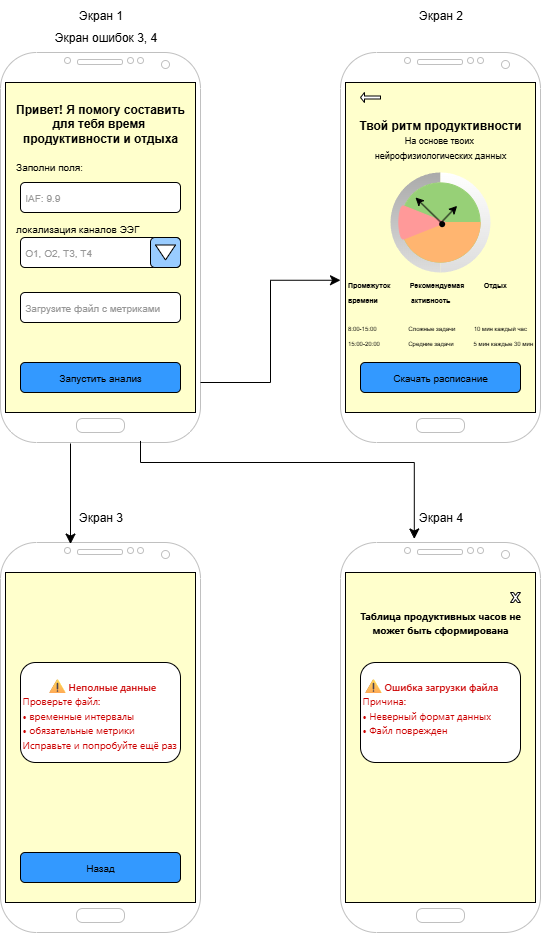
patolog123/Analyst-3.0 keeps this draw.io diagram as Шевчук_Диана/mockap.drawio.png. Above is the earlier version. Source tidied: cells renumbered, new cells last; positions are measured from the earlier drawing's top-left corner, leaving out a move shared by most shapes.
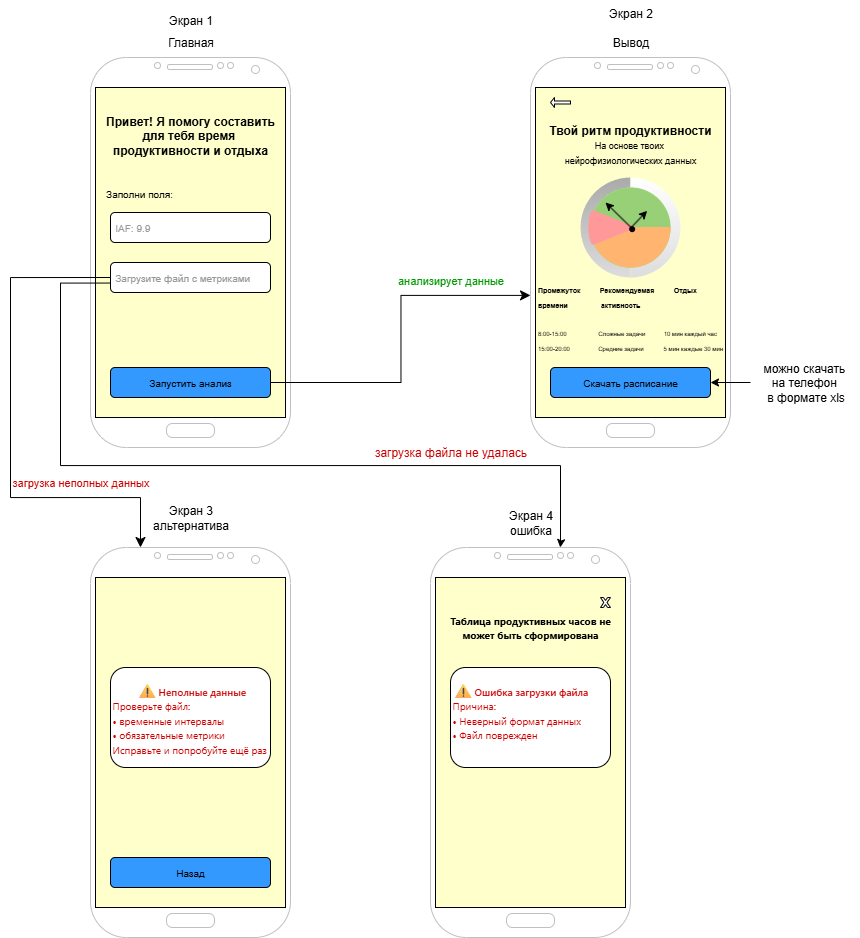
After the change.

Commit message:
изменила стрелки и добавила подписи

The edit, as a diff of the source:
```diff
@@ -8,32 +8,20 @@
     <mxCell id="3" style="verticalLabelPosition=bottom;verticalAlign=top;html=1;shadow=0;dashed=0;strokeWidth=1;shape=mxgraph.android.phone2;strokeColor=#c0c0c0;" parent="2" vertex="1">
       <mxGeometry width="200" height="390" as="geometry" />
     </mxCell>
-    <mxCell id="4" value="&lt;div&gt;&lt;br&gt;&lt;/div&gt;&lt;b&gt;Привет! Я помогу составить&lt;br&gt;для тебя время&amp;nbsp;&lt;br&gt;продуктивности и отдыха&lt;/b&gt;&lt;br&gt;&lt;div style=&quot;text-align: left;&quot;&gt;&lt;span style=&quot;background-color: transparent; color: light-dark(rgb(0, 0, 0), rgb(255, 255, 255));&quot;&gt;&lt;font style=&quot;&quot;&gt;&lt;span style=&quot;font-size: 8px;&quot;&gt;&lt;br&gt;&lt;/span&gt;&lt;/font&gt;&lt;/span&gt;&lt;/div&gt;&lt;div style=&quot;text-align: left;&quot;&gt;&lt;font style=&quot;background-color: transparent; color: light-dark(rgb(0, 0, 0), rgb(255, 255, 255)); font-size: 10px;&quot;&gt;Заполни поля&lt;/font&gt;&lt;font style=&quot;background-color: transparent; color: light-dark(rgb(0, 0, 0), rgb(255, 255, 255)); font-size: 9px;&quot;&gt;:&lt;/font&gt;&lt;/div&gt;&lt;div style=&quot;text-align: left;&quot;&gt;&lt;br&gt;&lt;/div&gt;&lt;div style=&quot;text-align: left;&quot;&gt;&lt;span style=&quot;background-color: transparent; color: light-dark(rgb(0, 0, 0), rgb(255, 255, 255));&quot;&gt;&lt;font style=&quot;&quot;&gt;&lt;br&gt;&lt;/font&gt;&lt;/span&gt;&lt;/div&gt;&lt;div style=&quot;text-align: left;&quot;&gt;&lt;span style=&quot;background-color: transparent; color: light-dark(rgb(0, 0, 0), rgb(255, 255, 255));&quot;&gt;&lt;font style=&quot;&quot;&gt;&lt;font style=&quot;font-size: 15px;&quot;&gt;&lt;br&gt;&lt;/font&gt;&lt;/font&gt;&lt;/span&gt;&lt;/div&gt;&lt;div style=&quot;text-align: left;&quot;&gt;&lt;span style=&quot;background-color: transparent; color: light-dark(rgb(0, 0, 0), rgb(255, 255, 255));&quot;&gt;&lt;font style=&quot;font-size: 10px;&quot;&gt;локализация каналов ЭЭГ&lt;/font&gt;&lt;/span&gt;&lt;/div&gt;&lt;br&gt;&lt;br&gt;&lt;br&gt;&lt;br&gt;&lt;br&gt;&lt;br&gt;&lt;br&gt;&lt;br&gt;&lt;br&gt;&lt;br&gt;&lt;br&gt;&lt;div&gt;&lt;br&gt;&lt;/div&gt;" style="rounded=0;whiteSpace=wrap;html=1;fillColor=#FFFFCC;align=center;" parent="2" vertex="1">
+    <mxCell id="4" value="&lt;div&gt;&lt;br&gt;&lt;/div&gt;&lt;b&gt;&lt;div&gt;&lt;b&gt;&lt;br&gt;&lt;/b&gt;&lt;/div&gt;&lt;div&gt;&lt;b&gt;&lt;br&gt;&lt;/b&gt;&lt;/div&gt;Привет! Я помогу составить&lt;br&gt;для тебя время&amp;nbsp;&lt;br&gt;продуктивности и отдыха&lt;/b&gt;&lt;br&gt;&lt;div style=&quot;text-align: left;&quot;&gt;&lt;span style=&quot;background-color: transparent; color: light-dark(rgb(0, 0, 0), rgb(255, 255, 255));&quot;&gt;&lt;font style=&quot;&quot;&gt;&lt;span style=&quot;font-size: 8px;&quot;&gt;&lt;br&gt;&lt;/span&gt;&lt;/font&gt;&lt;/span&gt;&lt;/div&gt;&lt;div style=&quot;text-align: left;&quot;&gt;&lt;span style=&quot;background-color: transparent; color: light-dark(rgb(0, 0, 0), rgb(255, 255, 255));&quot;&gt;&lt;font style=&quot;&quot;&gt;&lt;span style=&quot;font-size: 8px;&quot;&gt;&lt;br&gt;&lt;/span&gt;&lt;/font&gt;&lt;/span&gt;&lt;/div&gt;&lt;div style=&quot;text-align: left;&quot;&gt;&lt;font style=&quot;background-color: transparent; color: light-dark(rgb(0, 0, 0), rgb(255, 255, 255)); font-size: 10px;&quot;&gt;Заполни поля&lt;/font&gt;&lt;font style=&quot;background-color: transparent; color: light-dark(rgb(0, 0, 0), rgb(255, 255, 255)); font-size: 9px;&quot;&gt;:&lt;/font&gt;&lt;/div&gt;&lt;div style=&quot;text-align: left;&quot;&gt;&lt;br&gt;&lt;/div&gt;&lt;div style=&quot;text-align: left;&quot;&gt;&lt;span style=&quot;background-color: transparent; color: light-dark(rgb(0, 0, 0), rgb(255, 255, 255));&quot;&gt;&lt;font style=&quot;&quot;&gt;&lt;br&gt;&lt;/font&gt;&lt;/span&gt;&lt;/div&gt;&lt;div style=&quot;text-align: left;&quot;&gt;&lt;span style=&quot;background-color: transparent; color: light-dark(rgb(0, 0, 0), rgb(255, 255, 255));&quot;&gt;&lt;font style=&quot;&quot;&gt;&lt;font style=&quot;font-size: 15px;&quot;&gt;&lt;br&gt;&lt;/font&gt;&lt;/font&gt;&lt;/span&gt;&lt;/div&gt;&lt;div style=&quot;text-align: left;&quot;&gt;&lt;br&gt;&lt;/div&gt;&lt;br&gt;&lt;br&gt;&lt;br&gt;&lt;br&gt;&lt;br&gt;&lt;br&gt;&lt;br&gt;&lt;br&gt;&lt;br&gt;&lt;br&gt;&lt;br&gt;&lt;div&gt;&lt;br&gt;&lt;/div&gt;" style="rounded=0;whiteSpace=wrap;html=1;fillColor=#FFFFCC;align=center;" parent="2" vertex="1">
       <mxGeometry x="5" y="30" width="190" height="330" as="geometry" />
     </mxCell>
     <mxCell id="5" value="&lt;font style=&quot;font-size: 10px;&quot; color=&quot;#979797&quot;&gt;&amp;nbsp;Загрузите файл с метриками&lt;/font&gt;" style="rounded=1;whiteSpace=wrap;html=1;align=left;" parent="2" vertex="1">
-      <mxGeometry x="20" y="240" width="160" height="30" as="geometry" />
+      <mxGeometry x="20" y="205" width="160" height="30" as="geometry" />
     </mxCell>
     <mxCell id="6" value="&lt;font style=&quot;font-size: 10px; color: rgb(0, 0, 0);&quot;&gt;Запустить анализ&lt;/font&gt;" style="rounded=1;whiteSpace=wrap;html=1;align=center;fillColor=#3399FF;" parent="2" vertex="1">
       <mxGeometry x="20" y="310" width="160" height="30" as="geometry" />
     </mxCell>
     <mxCell id="7" value="&lt;font style=&quot;color: rgb(151, 151, 151); font-size: 10px;&quot;&gt;&lt;font style=&quot;&quot;&gt;&amp;nbsp;&lt;font&gt;IAF&lt;/font&gt;:&lt;/font&gt;&amp;nbsp;&lt;font&gt;9.9&lt;/font&gt;&lt;/font&gt;" style="rounded=1;whiteSpace=wrap;html=1;align=left;" parent="2" vertex="1">
-      <mxGeometry x="20" y="130" width="160" height="30" as="geometry" />
+      <mxGeometry x="20" y="155" width="160" height="30" as="geometry" />
     </mxCell>
-    <mxCell id="8" style="group;" parent="2" vertex="1">
-      <mxGeometry x="20" y="190" width="160" height="30" as="geometry" />
-    </mxCell>
-    <mxCell id="9" value="&lt;font style=&quot;font-size: 10px;&quot;&gt;&amp;nbsp;&lt;font style=&quot;color: rgb(151, 151, 151);&quot;&gt;О1, О2, Т3, Т4&lt;/font&gt;&lt;/font&gt;" style="rounded=1;whiteSpace=wrap;html=1;align=left;" parent="8" vertex="1">
-      <mxGeometry y="-5" width="160" height="30" as="geometry" />
-    </mxCell>
-    <mxCell id="10" style="rounded=1;whiteSpace=wrap;html=1;fillColor=#99CCFF;" parent="8" vertex="1">
-      <mxGeometry x="130" y="-5" width="30" height="30" as="geometry" />
-    </mxCell>
-    <mxCell id="11" style="triangle;whiteSpace=wrap;html=1;rotation=90;" parent="8" vertex="1">
-      <mxGeometry x="137.5" width="15" height="20" as="geometry" />
-    </mxCell>
     <mxCell id="12" style="group;" parent="1" vertex="1">
-      <mxGeometry x="340" y="52" width="200" height="390" as="geometry" />
+      <mxGeometry x="440" y="52" width="200" height="390" as="geometry" />
     </mxCell>
     <mxCell id="13" style="verticalLabelPosition=bottom;verticalAlign=top;html=1;shadow=0;dashed=0;strokeWidth=1;shape=mxgraph.android.phone2;strokeColor=#c0c0c0;" parent="12" vertex="1">
       <mxGeometry width="200" height="390" as="geometry" />
@@ -84,10 +72,9 @@
     <mxCell id="26" style="shape=singleArrow;direction=west;whiteSpace=wrap;html=1;" parent="12" vertex="1">
       <mxGeometry x="20" y="40" width="20" height="10" as="geometry" />
     </mxCell>
-    <mxCell id="27" style="edgeStyle=elbowEdgeStyle;elbow=horizontal;endArrow=classic;html=1;curved=0;rounded=0;endSize=8;startSize=8;entryX=0.057;entryY=0.584;entryDx=0;entryDy=0;entryPerimeter=0;" parent="1" edge="1">
+    <mxCell id="27" style="edgeStyle=elbowEdgeStyle;elbow=horizontal;endArrow=classic;html=1;curved=0;rounded=0;endSize=8;startSize=8;entryX=0.038;entryY=0.61;entryDx=0;entryDy=0;entryPerimeter=0;exitX=1;exitY=0.5;exitDx=0;exitDy=0;" parent="1" edge="1" source="6">
       <mxGeometry relative="1" as="geometry">
-        <mxPoint x="200" y="382" as="sourcePoint" />
-        <mxPoint x="340" y="279.8" as="targetPoint" />
+        <mxPoint x="440" y="289.9" as="targetPoint" />
       </mxGeometry>
     </mxCell>
     <mxCell id="28" style="group;" parent="1" vertex="1">
@@ -120,35 +107,62 @@
     <mxCell id="37" style="verticalLabelPosition=bottom;verticalAlign=top;html=1;shape=mxgraph.basic.x;" parent="33" vertex="1">
       <mxGeometry x="170" y="50" width="10" height="10" as="geometry" />
     </mxCell>
+    <mxCell id="45" style="edgeStyle=orthogonalEdgeStyle;rounded=0;orthogonalLoop=1;jettySize=auto;html=1;exitX=0;exitY=0.75;exitDx=0;exitDy=0;entryX=0.649;entryY=0.005;entryDx=0;entryDy=0;entryPerimeter=0;" parent="33" edge="1">
+      <mxGeometry relative="1" as="geometry">
+        <mxPoint x="-320" y="-264.4" as="sourcePoint" />
+        <mxPoint x="129.8" as="targetPoint" />
+        <Array as="points">
+          <mxPoint x="-370" y="-263.9" />
+          <mxPoint x="-370" y="-81.9" />
+          <mxPoint x="130" y="-81.9" />
+          <mxPoint x="130" y="-2" />
+        </Array>
+      </mxGeometry>
+    </mxCell>
     <mxCell id="38" value="Экран 1" style="text;html=1;align=center;verticalAlign=middle;strokeColor=none;fillColor=none;" parent="1" vertex="1">
       <mxGeometry x="65" width="70" height="30" as="geometry" />
     </mxCell>
-    <mxCell id="39" value="Экран 2" style="text;html=1;align=center;verticalAlign=middle;strokeColor=none;fillColor=none;" parent="1" vertex="1">
-      <mxGeometry x="405" width="70" height="30" as="geometry" />
+    <mxCell id="39" value="Экран 2&lt;div&gt;&lt;br/&gt;&lt;/div&gt;" style="text;html=1;align=center;verticalAlign=middle;strokeColor=none;fillColor=none;" parent="1" vertex="1">
+      <mxGeometry x="505" y="-5" width="70" height="40" as="geometry" />
     </mxCell>
-    <mxCell id="40" value="Экран 3" style="text;html=1;align=center;verticalAlign=middle;strokeColor=none;fillColor=none;" parent="1" vertex="1">
-      <mxGeometry x="65" y="502" width="70" height="30" as="geometry" />
+    <mxCell id="40" value="Экран 3&lt;br&gt;альтернатива" style="text;html=1;align=center;verticalAlign=middle;strokeColor=none;fillColor=none;" parent="1" vertex="1">
+      <mxGeometry x="50" y="492" width="100" height="40" as="geometry" />
     </mxCell>
-    <mxCell id="41" value="Экран 4" style="text;html=1;align=center;verticalAlign=middle;strokeColor=none;fillColor=none;" parent="1" vertex="1">
-      <mxGeometry x="405" y="502" width="70" height="30" as="geometry" />
+    <mxCell id="41" value="Экран 4&lt;br&gt;ошибка" style="text;html=1;align=center;verticalAlign=middle;strokeColor=none;fillColor=none;" parent="1" vertex="1">
+      <mxGeometry x="405" y="497" width="70" height="40" as="geometry" />
     </mxCell>
-    <mxCell id="42" value="Экран ошибок 3, 4" style="text;html=1;align=center;verticalAlign=middle;strokeColor=none;fillColor=none;" parent="1" vertex="1">
-      <mxGeometry x="40" y="22" width="130" height="30" as="geometry" />
+    <mxCell id="42" value="Главная" style="text;html=1;align=center;verticalAlign=middle;strokeColor=none;fillColor=none;" parent="1" vertex="1">
+      <mxGeometry x="65" y="22" width="70" height="30" as="geometry" />
     </mxCell>
-    <mxCell id="43" style="edgeStyle=segmentEdgeStyle;endArrow=classic;html=1;curved=0;rounded=0;endSize=8;startSize=8;entryX=0.35;entryY=0.004;entryDx=0;entryDy=0;entryPerimeter=0;" parent="1" edge="1" target="29">
+    <mxCell id="43" style="edgeStyle=segmentEdgeStyle;endArrow=classic;html=1;curved=0;rounded=0;endSize=8;startSize=8;entryX=0.349;entryY=0;entryDx=0;entryDy=0;entryPerimeter=0;" parent="1" edge="1">
       <mxGeometry relative="1" as="geometry">
-        <mxPoint x="70" y="443" as="sourcePoint" />
+        <mxPoint x="20" y="272" as="sourcePoint" />
+        <mxPoint x="50" y="542" as="targetPoint" />
         <Array as="points">
-          <mxPoint x="70" y="443" />
+          <mxPoint x="20" y="272" />
+          <mxPoint x="-80" y="272" />
+          <mxPoint x="-80" y="492" />
+          <mxPoint x="50" y="492" />
         </Array>
       </mxGeometry>
     </mxCell>
-    <mxCell id="44" style="edgeStyle=elbowEdgeStyle;elbow=vertical;endArrow=classic;html=1;curved=0;rounded=0;endSize=8;startSize=8;exitX=0.7;exitY=0.996;exitDx=0;exitDy=0;exitPerimeter=0;entryX=0.369;entryY=-0.009;entryDx=0;entryDy=0;entryPerimeter=0;" parent="1" edge="1" source="3" target="34">
-      <mxGeometry relative="1" as="geometry">
-        <Array as="points">
-          <mxPoint x="270" y="462" />
-        </Array>
-      </mxGeometry>
-    </mxCell>
+    <mxCell id="46" value="&lt;font style=&quot;color: rgb(0, 153, 0); font-size: 11px;&quot;&gt;анализирует данные&lt;/font&gt;" style="text;html=1;align=center;verticalAlign=middle;strokeColor=none;fillColor=none;" parent="1" vertex="1">
+      <mxGeometry x="295" y="260" width="130" height="30" as="geometry" />
+    </mxCell>
+    <mxCell id="47" style="edgeStyle=orthogonalEdgeStyle;rounded=0;jettySize=auto;html=1;" parent="1" edge="1" source="48" target="25">
+      <mxGeometry relative="1" as="geometry" />
+    </mxCell>
+    <mxCell id="48" value="можно скачать&amp;nbsp;&lt;div&gt;на телефон&amp;nbsp;&lt;/div&gt;&lt;div&gt;в формате xls&lt;/div&gt;" style="text;html=1;align=center;verticalAlign=middle;points=[];strokeColor=none;fillColor=none;" parent="1" vertex="1">
+      <mxGeometry x="660" y="347" width="110" height="60" as="geometry" />
+    </mxCell>
+    <mxCell id="49" value="&lt;font style=&quot;font-size: 11px; color: rgb(204, 0, 0);&quot;&gt;загрузка неполных данных&lt;/font&gt;" style="text;html=1;align=center;verticalAlign=middle;strokeColor=none;fillColor=none;" parent="1" vertex="1">
+      <mxGeometry x="-90" y="462" width="160" height="30" as="geometry" />
+    </mxCell>
+    <mxCell id="50" value="&lt;font style=&quot;color: rgb(204, 0, 0);&quot;&gt;загрузка файла не удалась&lt;/font&gt;" style="text;html=1;align=center;verticalAlign=middle;strokeColor=none;fillColor=none;" parent="1" vertex="1">
+      <mxGeometry x="270" y="432" width="180" height="30" as="geometry" />
+    </mxCell>
+    <mxCell id="51" value="Вывод" style="text;html=1;align=center;verticalAlign=middle;strokeColor=none;fillColor=none;" parent="1" vertex="1">
+      <mxGeometry x="510" y="22" width="60" height="30" as="geometry" />
+    </mxCell>
   </root>
 </mxGraphModel>
```
